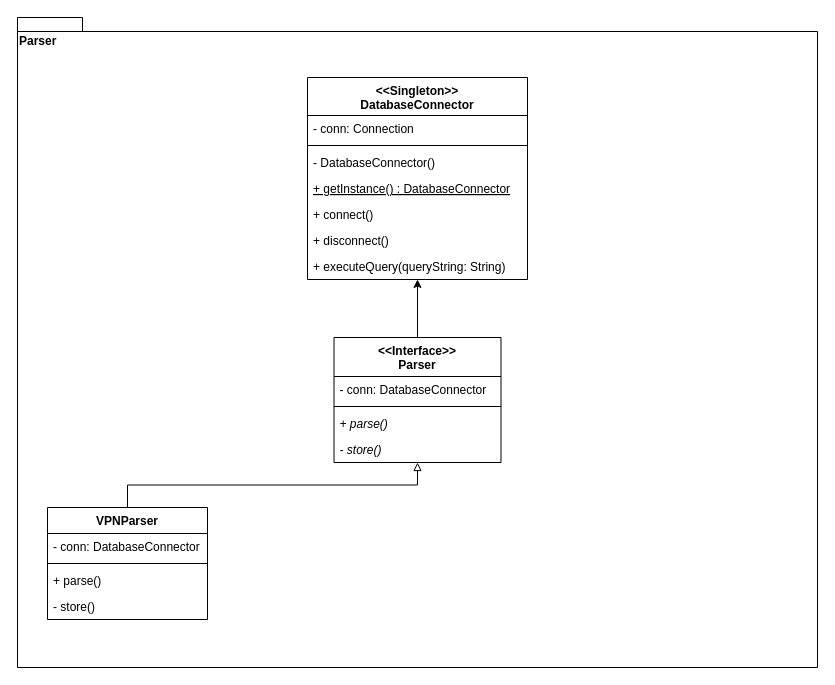
Before: documentation/models/parser_model.drawio in apm1005/TFG, a draw.io diagram. Source tidied: cells renumbered, new cells numbered last; positions are measured from the earlier drawing's top-left corner, leaving out a move shared by most shapes. Both pictures are drawn from the tidied source at 100%, with x=0, y=0 at pixel (17, 17).
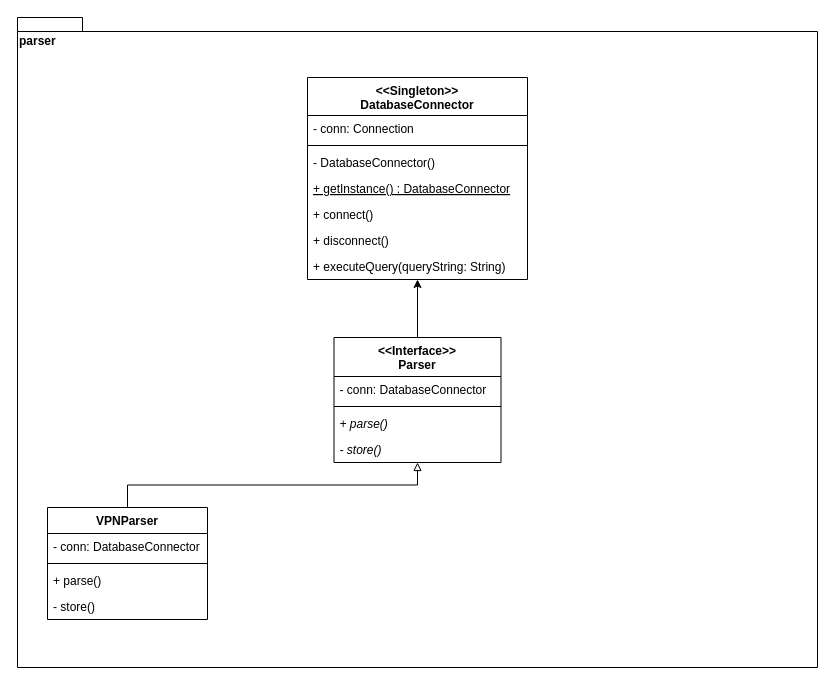
Above is the later version.

Commit message:
Changed uppercase package name #7

The edit, as a diff of the source:
```diff
@@
-    <mxCell id="2" value="Parser" style="shape=folder;fontStyle=1;spacingTop=10;tabWidth=40;tabHeight=14;tabPosition=left;html=1;align=left;verticalAlign=top;" parent="1" vertex="1">
+    <mxCell id="2" value="parser" style="shape=folder;fontStyle=1;spacingTop=10;tabWidth=40;tabHeight=14;tabPosition=left;html=1;align=left;verticalAlign=top;" parent="1" vertex="1">
       <mxGeometry width="800" height="650" as="geometry" />
     </mxCell>
```
